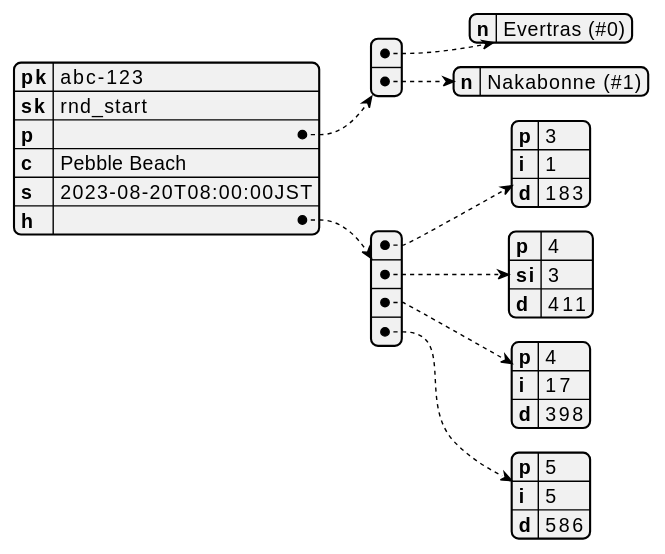
Evertras/live-leaderboards keeps this PlantUML diagram as docs/diagrams/event_round_start.svg. Above is the earlier version.
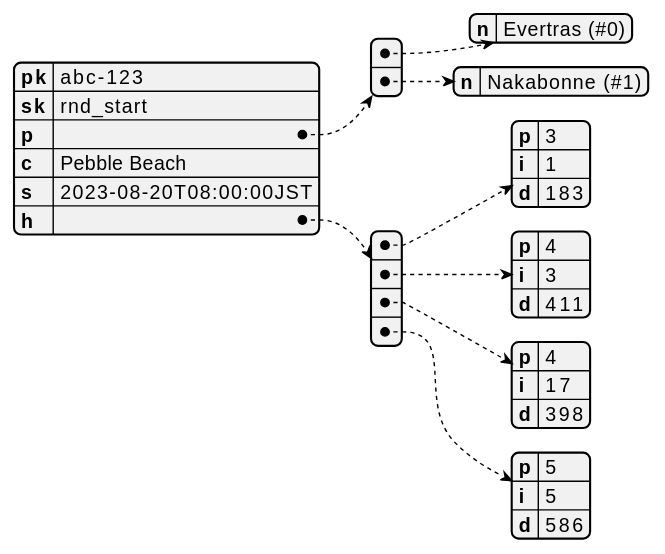
Later version of the same file.

Change to the diagram source:
```diff
@@ -12,7 +12,7 @@
     i: 1
     d: 183
   - p: 4
-    si: 3
+    i: 3
     d: 411
   - p: 4
     i: 17
```
